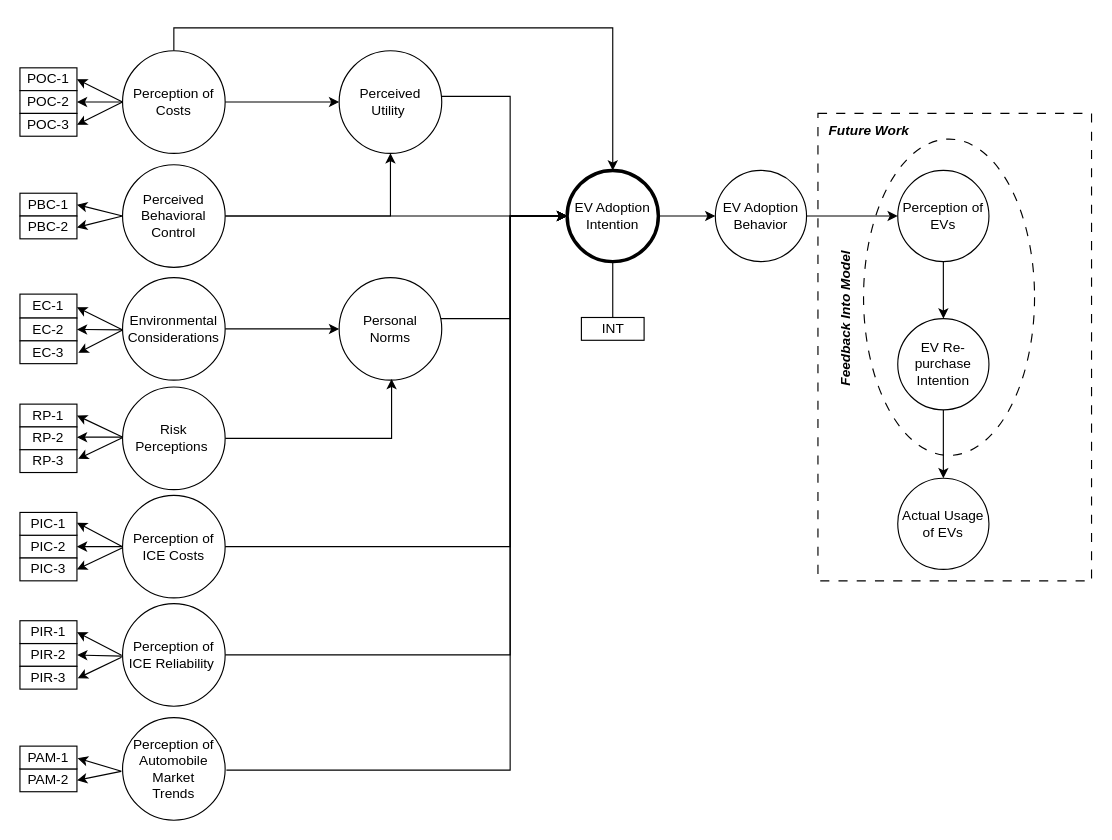
This is page "Copy of Page-1" (2 of 2) of final_path_diagram.drawio from ChullEPG/taxi-survey, a draw.io file, before an edit. Source tidied: cells renumbered, new cells numbered last; positions are measured from the earlier drawing's top-left corner, leaving out a move shared by most shapes. Both pictures are drawn from the tidied source at 114%, with x=0, y=0 at pixel (19, 50).
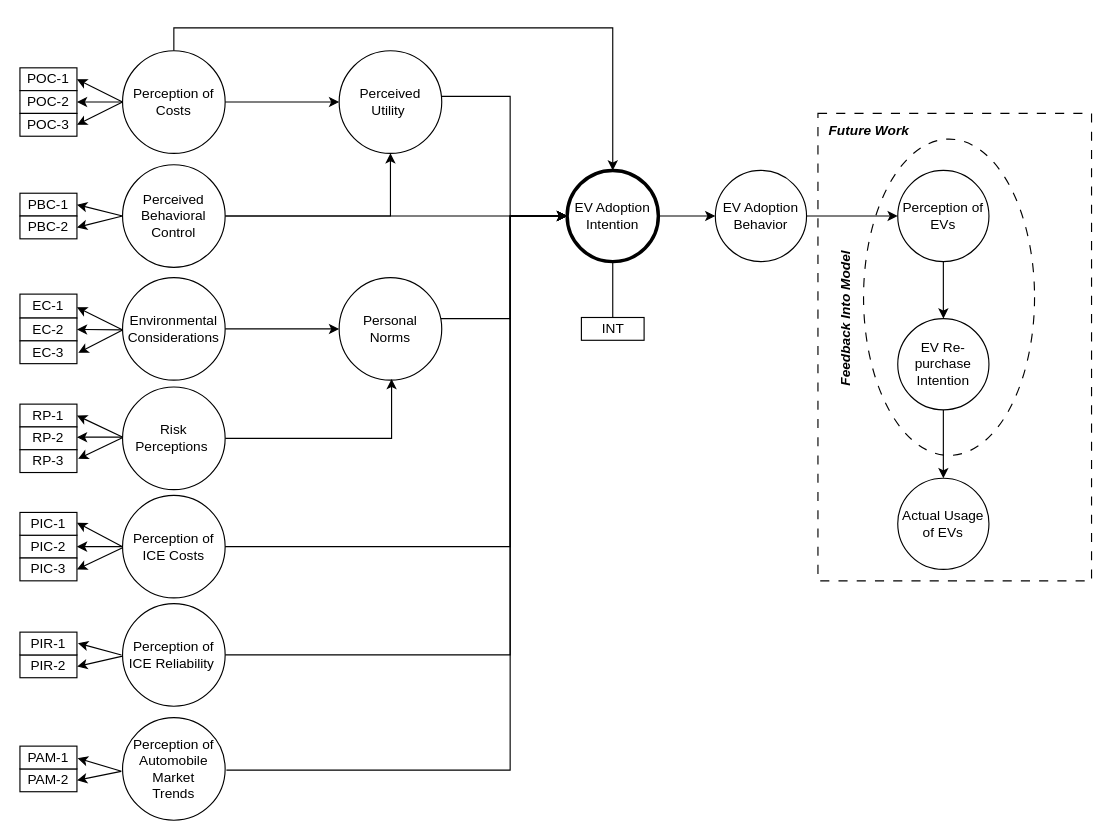
Above is the later version.

Unchanged cells that the change refers to:
```xml
<mxCell id="38" value="Perception of ICE Reliability&amp;nbsp;" style="ellipse;whiteSpace=wrap;html=1;" parent="1" vertex="1">
  <mxGeometry x="90" y="485" width="90" height="90" as="geometry" />
</mxCell>
```

Diff of the diagram source:
```diff
@@
-    <mxCell id="46" value="PIR-2" style="rounded=0;whiteSpace=wrap;html=1;" parent="1" vertex="1">
-      <mxGeometry y="520" width="50" height="20" as="geometry" />
-    </mxCell>
-    <mxCell id="47" value="PIR-1" style="rounded=0;whiteSpace=wrap;html=1;" parent="1" vertex="1">
-      <mxGeometry y="500" width="50" height="20" as="geometry" />
-    </mxCell>
-    <mxCell id="48" value="PIR-3" style="rounded=0;whiteSpace=wrap;html=1;" parent="1" vertex="1">
-      <mxGeometry y="540" width="50" height="20" as="geometry" />
-    </mxCell>
-    <mxCell id="49" style="endArrow=classic;html=1;rounded=0;exitX=-0.01;exitY=0.503;exitDx=0;exitDy=0;exitPerimeter=0;" parent="1" edge="1" source="38">
-      <mxGeometry relative="1" as="geometry">
-        <mxPoint x="50" y="510" as="targetPoint" />
-      </mxGeometry>
-    </mxCell>
@@
-    <mxCell id="57" style="endArrow=classic;html=1;rounded=0;exitX=-0.002;exitY=0.512;exitDx=0;exitDy=0;exitPerimeter=0;entryX=1.004;entryY=0.506;entryDx=0;entryDy=0;entryPerimeter=0;" parent="1" edge="1" source="38" target="46">
-      <mxGeometry relative="1" as="geometry" />
-    </mxCell>
-    <mxCell id="58" style="endArrow=classic;html=1;rounded=0;exitX=-0.01;exitY=0.522;exitDx=0;exitDy=0;exitPerimeter=0;entryX=1.012;entryY=0.524;entryDx=0;entryDy=0;entryPerimeter=0;" parent="1" edge="1" source="38" target="48">
-      <mxGeometry relative="1" as="geometry" />
-    </mxCell>
@@
+    <mxCell id="46" value="PIR-2" style="rounded=0;whiteSpace=wrap;html=1;" parent="1" vertex="1">
+      <mxGeometry y="530" width="50" height="20" as="geometry" />
+    </mxCell>
+    <mxCell id="47" value="PIR-1" style="rounded=0;whiteSpace=wrap;html=1;" parent="1" vertex="1">
+      <mxGeometry y="510" width="50" height="20" as="geometry" />
+    </mxCell>
+    <mxCell id="75" style="endArrow=classic;html=1;rounded=0;exitX=-0.01;exitY=0.503;exitDx=0;exitDy=0;exitPerimeter=0;entryX=1.018;entryY=0.488;entryDx=0;entryDy=0;entryPerimeter=0;" parent="1" edge="1" target="47">
+      <mxGeometry relative="1" as="geometry">
+        <mxPoint x="89" y="530" as="sourcePoint" />
+      </mxGeometry>
+    </mxCell>
+    <mxCell id="76" style="endArrow=classic;html=1;rounded=0;exitX=-0.002;exitY=0.512;exitDx=0;exitDy=0;exitPerimeter=0;entryX=1.004;entryY=0.506;entryDx=0;entryDy=0;entryPerimeter=0;" parent="1" edge="1" target="46">
+      <mxGeometry relative="1" as="geometry">
+        <mxPoint x="90" y="531" as="sourcePoint" />
+      </mxGeometry>
+    </mxCell>
```
